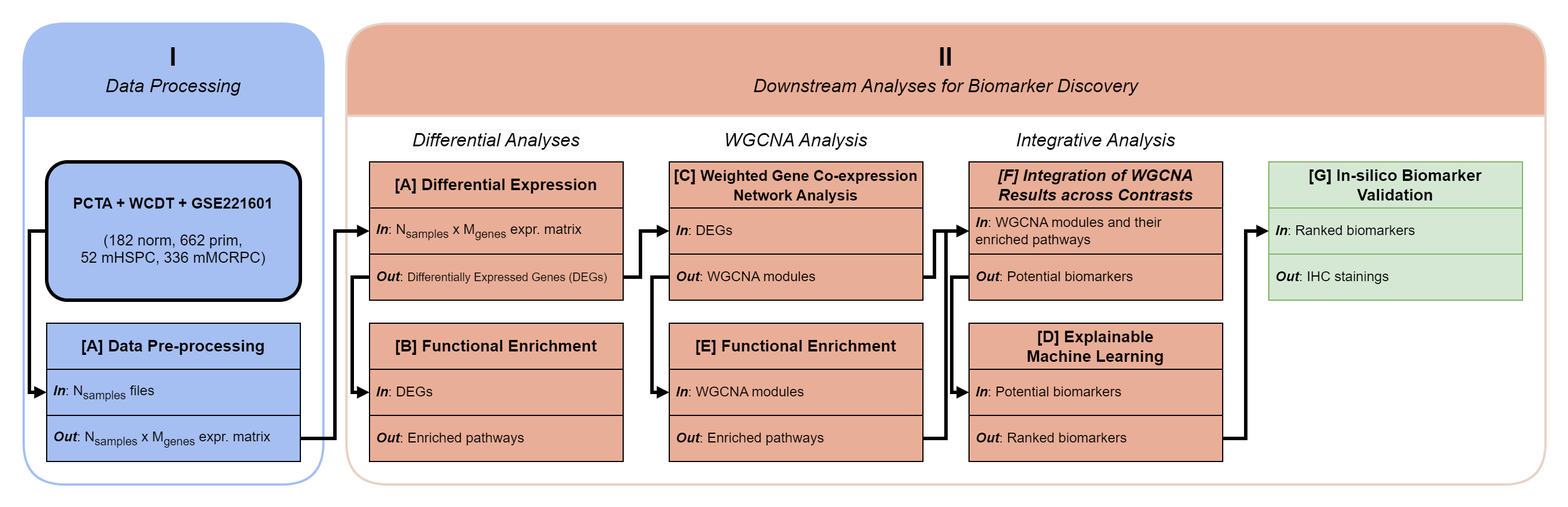
CarlosUziel/pca_wgcna_ml keeps this draw.io diagram as docs/1_workflow.png. Above is the earlier version. Source tidied: cells renumbered, new cells last; positions are measured from the earlier drawing's top-left corner, leaving out a move shared by most shapes.
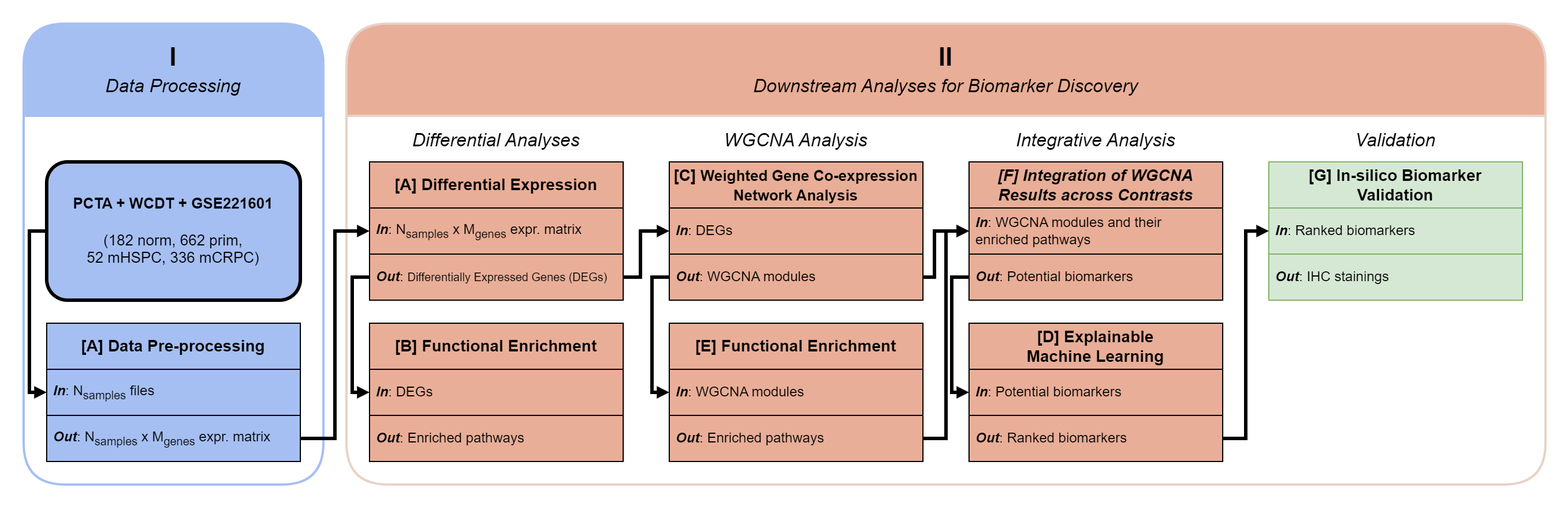
Later version of the same file.

Commit message:
Update workflow figure.

What changed in the source:
```diff
@@ -27,7 +27,7 @@
     <mxCell id="8" value="&lt;i style=&quot;border-color: var(--border-color);&quot;&gt;&lt;b&gt;Out&lt;/b&gt;&lt;/i&gt;: N&lt;sub style=&quot;border-color: var(--border-color);&quot;&gt;samples&lt;/sub&gt;&amp;nbsp;x M&lt;sub style=&quot;border-color: var(--border-color);&quot;&gt;genes&lt;/sub&gt;&amp;nbsp;expr. matrix" style="text;strokeColor=default;fillColor=#a6bff2;align=left;verticalAlign=middle;spacingLeft=4;spacingRight=4;overflow=hidden;points=[[0,0.5],[1,0.5]];portConstraint=eastwest;whiteSpace=wrap;html=1;fontSize=12;" parent="6" vertex="1">
       <mxGeometry y="80" width="220" height="40" as="geometry" />
     </mxCell>
-    <mxCell id="9" value="&lt;div style=&quot;border-color: var(--border-color); font-size: 13px;&quot;&gt;&lt;b style=&quot;border-color: var(--border-color);&quot;&gt;PCTA + WCDT + GSE221601&lt;/b&gt;&lt;/div&gt;&lt;div style=&quot;border-color: var(--border-color); font-size: 13px;&quot;&gt;&lt;b style=&quot;border-color: var(--border-color);&quot;&gt;&lt;br style=&quot;border-color: var(--border-color);&quot;&gt;&lt;/b&gt;&lt;/div&gt;&lt;div style=&quot;border-color: var(--border-color); font-size: 13px;&quot;&gt;(182 norm, 662 prim,&lt;/div&gt;&lt;div style=&quot;border-color: var(--border-color); font-size: 13px;&quot;&gt;52 mHSPC, 336 mMCRPC)&lt;/div&gt;" style="text;strokeColor=default;fillColor=#A6BFF2;align=center;verticalAlign=middle;spacingLeft=4;spacingRight=4;overflow=hidden;points=[[0,0.5],[1,0.5]];portConstraint=eastwest;whiteSpace=wrap;html=1;fontSize=12;gradientColor=none;rounded=1;shadow=0;strokeWidth=3;" parent="4" vertex="1">
+    <mxCell id="9" value="&lt;div style=&quot;border-color: var(--border-color); font-size: 13px;&quot;&gt;&lt;b style=&quot;border-color: var(--border-color);&quot;&gt;PCTA + WCDT + GSE221601&lt;/b&gt;&lt;/div&gt;&lt;div style=&quot;border-color: var(--border-color); font-size: 13px;&quot;&gt;&lt;b style=&quot;border-color: var(--border-color);&quot;&gt;&lt;br style=&quot;border-color: var(--border-color);&quot;&gt;&lt;/b&gt;&lt;/div&gt;&lt;div style=&quot;border-color: var(--border-color); font-size: 13px;&quot;&gt;(182 norm, 662 prim,&lt;/div&gt;&lt;div style=&quot;border-color: var(--border-color); font-size: 13px;&quot;&gt;52 mHSPC, 336 mCRPC)&lt;/div&gt;" style="text;strokeColor=default;fillColor=#A6BFF2;align=center;verticalAlign=middle;spacingLeft=4;spacingRight=4;overflow=hidden;points=[[0,0.5],[1,0.5]];portConstraint=eastwest;whiteSpace=wrap;html=1;fontSize=12;gradientColor=none;rounded=1;shadow=0;strokeWidth=3;" parent="4" vertex="1">
       <mxGeometry x="20" y="120" width="220" height="120" as="geometry" />
     </mxCell>
     <mxCell id="10" style="edgeStyle=none;html=1;exitX=0;exitY=0.5;exitDx=0;exitDy=0;rounded=0;strokeWidth=3;strokeColor=default;jumpStyle=arc;endSize=3;startSize=3;endArrow=block;endFill=1;entryX=0;entryY=0.5;entryDx=0;entryDy=0;" parent="4" edge="1" source="9" target="7">
@@ -170,6 +170,9 @@
         </Array>
       </mxGeometry>
     </mxCell>
+    <mxCell id="44" value="&lt;i style=&quot;border-color: var(--border-color); color: rgb(0, 0, 0); font-family: Helvetica; font-size: 16px; font-variant-ligatures: normal; font-variant-caps: normal; font-weight: 700; letter-spacing: normal; orphans: 2; text-indent: 0px; text-transform: none; widows: 2; word-spacing: 0px; -webkit-text-stroke-width: 0px; background-color: initial; text-decoration-thickness: initial; text-decoration-style: initial; text-decoration-color: initial;&quot;&gt;&lt;span style=&quot;border-color: var(--border-color); font-weight: normal;&quot;&gt;Validation&lt;/span&gt;&lt;/i&gt;" style="text;whiteSpace=wrap;html=1;fillColor=default;align=center;" parent="11" vertex="1">
+      <mxGeometry x="820" y="85" width="180" height="30" as="geometry" />
+    </mxCell>
     <mxCell id="43" style="edgeStyle=none;html=1;exitX=1;exitY=0.5;exitDx=0;exitDy=0;rounded=0;strokeWidth=3;strokeColor=default;jumpStyle=arc;endSize=3;startSize=3;endArrow=block;endFill=1;entryX=0;entryY=0.5;entryDx=0;entryDy=0;" parent="1" edge="1" source="8" target="16">
       <mxGeometry relative="1" as="geometry">
         <Array as="points">
```
